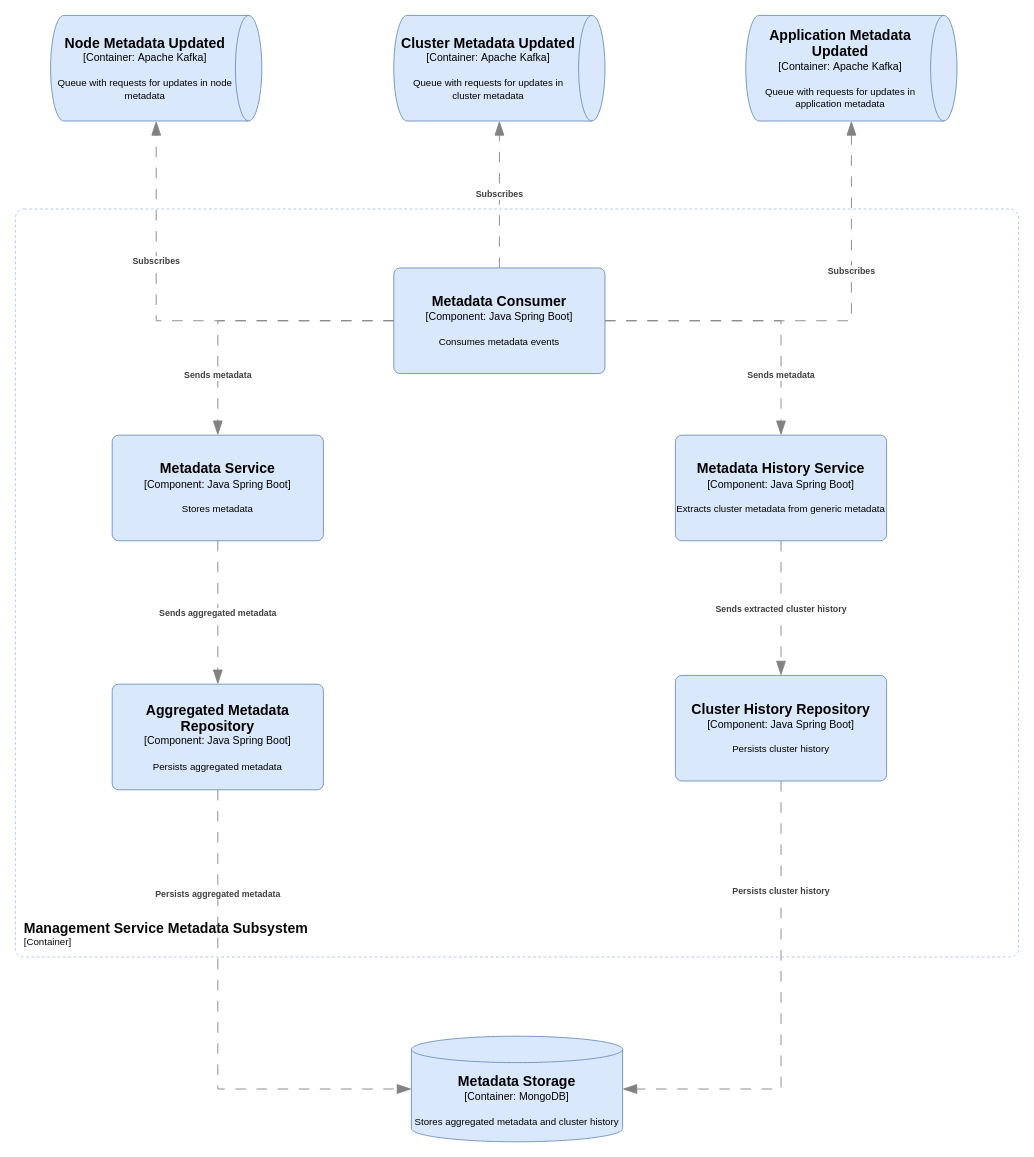
This is docs/diagrams/management-service/components/metadata/management-service-metadata.drawio from Magpie-Monitor/magpie-monitor, a draw.io file, before an edit. Source tidied: cells renumbered, new cells numbered last; positions are measured from the earlier drawing's top-left corner, leaving out a move shared by most shapes. Both pictures are drawn from the tidied source at 88%, with x=0, y=0 at pixel (15, 15).
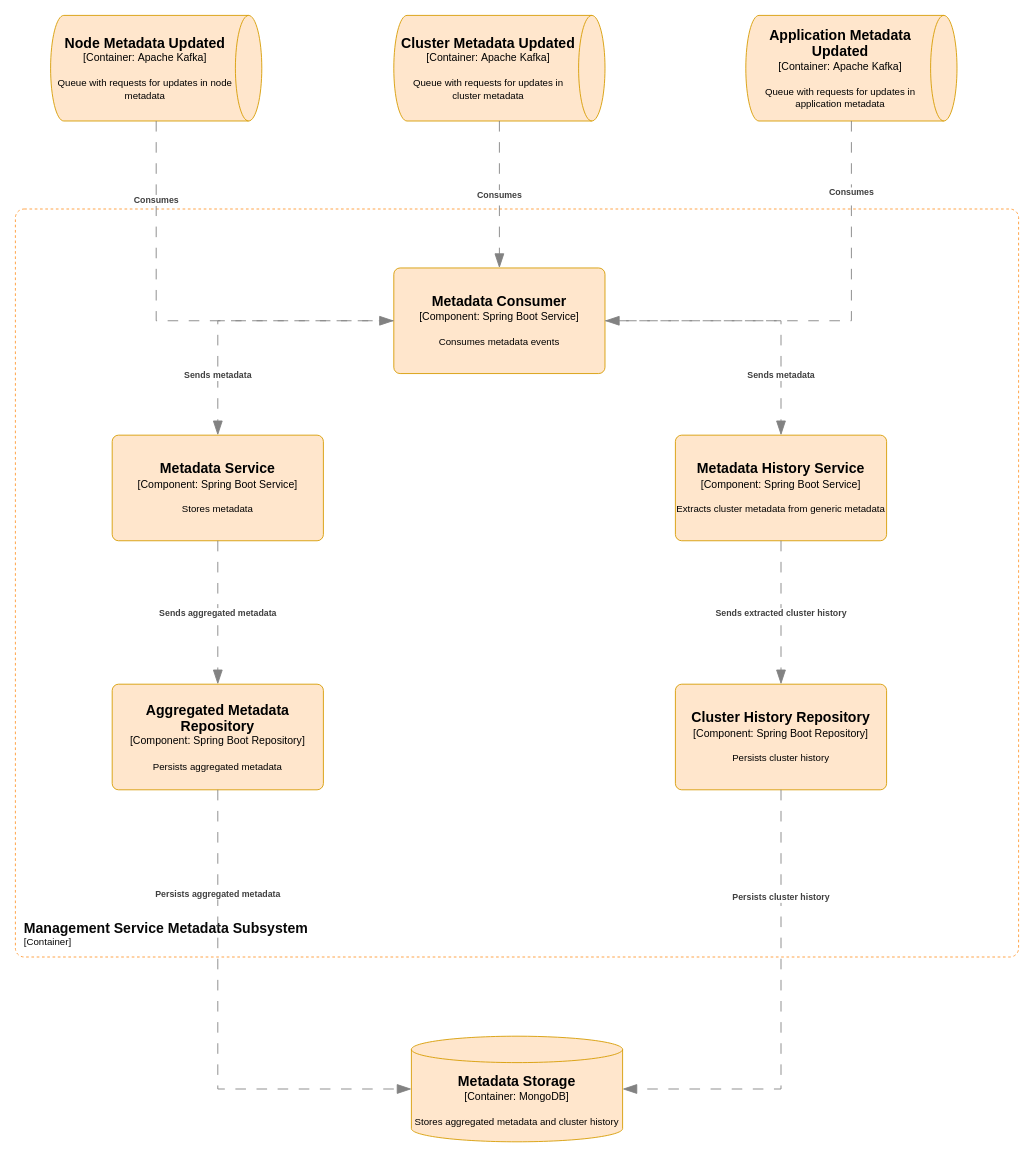
The same diagram, later.

Change to the diagram source:
```diff
@@
-    <object id="2" label="&lt;font style=&quot;font-size: 16px&quot;&gt;&lt;b&gt;%c4Name%&lt;/b&gt;&lt;/font&gt;&lt;div&gt;[%c4Type%: %c4Technology%]&lt;/div&gt;&lt;br&gt;&lt;div&gt;&lt;font style=&quot;font-size: 11px&quot;&gt;%c4Description%&lt;/font&gt;&lt;/div&gt;" c4Description="Consumes metadata events" c4Name="Metadata Consumer" c4Technology="Java Spring Boot" c4Type="Component" placeholders="1">
-      <mxCell style="rounded=1;whiteSpace=wrap;html=1;labelBackgroundColor=none;fillColor=#dae8fc;align=center;arcSize=6;strokeColor=#6c8ebf;points=[[0.25,0,0],[0.5,0,0],[0.75,0,0],[1,0.25,0],[1,0.5,0],[1,0.75,0],[0.75,1,0],[0.5,1,0],[0.25,1,0],[0,0.75,0],[0,0.5,0],[0,0.25,0]];" parent="1" vertex="1">
+    <object id="2" label="&lt;font style=&quot;font-size: 16px&quot;&gt;&lt;b&gt;%c4Name%&lt;/b&gt;&lt;/font&gt;&lt;div&gt;[%c4Type%: %c4Technology%]&lt;/div&gt;&lt;br&gt;&lt;div&gt;&lt;font style=&quot;font-size: 11px&quot;&gt;%c4Description%&lt;/font&gt;&lt;/div&gt;" c4Description="Consumes metadata events" c4Name="Metadata Consumer" c4Technology="Spring Boot Service" c4Type="Component" placeholders="1">
+      <mxCell style="rounded=1;whiteSpace=wrap;html=1;labelBackgroundColor=none;fillColor=#ffe6cc;align=center;arcSize=6;strokeColor=#d79b00;points=[[0.25,0,0],[0.5,0,0],[0.75,0,0],[1,0.25,0],[1,0.5,0],[1,0.75,0],[0.75,1,0],[0.5,1,0],[0.25,1,0],[0,0.75,0],[0,0.5,0],[0,0.25,0]];" parent="1" vertex="1">
         <mxGeometry x="430" y="287" width="240" height="120" as="geometry" />
       </mxCell>
     </object>
     <object id="3" label="&lt;font style=&quot;font-size: 16px&quot;&gt;&lt;b&gt;%c4Name%&lt;/b&gt;&lt;/font&gt;&lt;div&gt;[%c4Type%:&amp;nbsp;%c4Technology%]&lt;/div&gt;&lt;br&gt;&lt;div&gt;&lt;font style=&quot;font-size: 11px&quot;&gt;&lt;font&gt;%c4Description%&lt;/font&gt;&lt;/font&gt;&lt;/div&gt;" c4Description="Queue with requests for updates in application metadata" c4Name="Application Metadata Updated" c4Technology="Apache Kafka" c4Type="Container" placeholders="1">
-      <mxCell style="shape=cylinder3;size=15;direction=south;whiteSpace=wrap;html=1;boundedLbl=1;rounded=0;labelBackgroundColor=none;fillColor=#dae8fc;fontSize=12;align=center;strokeColor=#6c8ebf;points=[[0.5,0,0],[1,0.25,0],[1,0.5,0],[1,0.75,0],[0.5,1,0],[0,0.75,0],[0,0.5,0],[0,0.25,0]];" parent="1" vertex="1">
+      <mxCell style="shape=cylinder3;size=15;direction=south;whiteSpace=wrap;html=1;boundedLbl=1;rounded=0;labelBackgroundColor=none;fillColor=#ffe6cc;fontSize=12;align=center;strokeColor=#d79b00;points=[[0.5,0,0],[1,0.25,0],[1,0.5,0],[1,0.75,0],[0.5,1,0],[0,0.75,0],[0,0.5,0],[0,0.25,0]];" parent="1" vertex="1">
         <mxGeometry x="830" width="240" height="120" as="geometry" />
       </mxCell>
     </object>
     <object id="4" label="&lt;font style=&quot;font-size: 16px&quot;&gt;&lt;b&gt;%c4Name%&lt;/b&gt;&lt;/font&gt;&lt;div&gt;[%c4Type%:&amp;nbsp;%c4Technology%]&lt;/div&gt;&lt;br&gt;&lt;div&gt;&lt;font style=&quot;font-size: 11px&quot;&gt;&lt;font&gt;%c4Description%&lt;/font&gt;&lt;/font&gt;&lt;/div&gt;" c4Description="Queue with requests for updates in cluster metadata" c4Name="Cluster Metadata Updated" c4Technology="Apache Kafka" c4Type="Container" placeholders="1">
-      <mxCell style="shape=cylinder3;size=15;direction=south;whiteSpace=wrap;html=1;boundedLbl=1;rounded=0;labelBackgroundColor=none;fillColor=#dae8fc;fontSize=12;align=center;strokeColor=#6c8ebf;points=[[0.5,0,0],[1,0.25,0],[1,0.5,0],[1,0.75,0],[0.5,1,0],[0,0.75,0],[0,0.5,0],[0,0.25,0]];" parent="1" vertex="1">
+      <mxCell style="shape=cylinder3;size=15;direction=south;whiteSpace=wrap;html=1;boundedLbl=1;rounded=0;labelBackgroundColor=none;fillColor=#ffe6cc;fontSize=12;align=center;strokeColor=#d79b00;points=[[0.5,0,0],[1,0.25,0],[1,0.5,0],[1,0.75,0],[0.5,1,0],[0,0.75,0],[0,0.5,0],[0,0.25,0]];" parent="1" vertex="1">
         <mxGeometry x="430" width="240" height="120" as="geometry" />
       </mxCell>
     </object>
     <object id="5" label="&lt;font style=&quot;font-size: 16px&quot;&gt;&lt;b&gt;&lt;div style=&quot;text-align: left&quot;&gt;%c4Name%&lt;/div&gt;&lt;/b&gt;&lt;/font&gt;&lt;div style=&quot;text-align: left&quot;&gt;[%c4Application%]&lt;/div&gt;" c4Application="Container" c4Name="Management Service Metadata Subsystem" placeholders="1">
-      <mxCell style="rounded=1;fontSize=11;whiteSpace=wrap;html=1;dashed=1;arcSize=20;fillColor=none;strokeColor=#A9C4EB;labelBackgroundColor=none;align=left;verticalAlign=bottom;labelBorderColor=none;spacingTop=0;spacing=10;perimeter=rectanglePerimeter;labelPadding=0;absoluteArcSize=1;fontColor=#080808;" parent="1" vertex="1">
+      <mxCell style="rounded=1;fontSize=11;whiteSpace=wrap;html=1;dashed=1;arcSize=20;fillColor=none;strokeColor=#FF9933;labelBackgroundColor=none;align=left;verticalAlign=bottom;labelBorderColor=none;spacingTop=0;spacing=10;perimeter=rectanglePerimeter;labelPadding=0;absoluteArcSize=1;fontColor=#080808;" parent="1" vertex="1">
         <mxGeometry y="220" width="1140" height="850" as="geometry" />
       </mxCell>
     </object>
     <object id="6" label="&lt;font style=&quot;font-size: 16px&quot;&gt;&lt;b&gt;%c4Name%&lt;/b&gt;&lt;/font&gt;&lt;div&gt;[%c4Type%:&amp;nbsp;%c4Technology%]&lt;/div&gt;&lt;br&gt;&lt;div&gt;&lt;font style=&quot;font-size: 11px&quot;&gt;&lt;font&gt;%c4Description%&lt;/font&gt;&lt;/font&gt;&lt;/div&gt;" c4Description="Queue with requests for updates in node metadata" c4Name="Node Metadata Updated" c4Technology="Apache Kafka" c4Type="Container" placeholders="1">
-      <mxCell style="shape=cylinder3;size=15;direction=south;whiteSpace=wrap;html=1;boundedLbl=1;rounded=0;labelBackgroundColor=none;fontSize=12;align=center;points=[[0.5,0,0],[1,0.25,0],[1,0.5,0],[1,0.75,0],[0.5,1,0],[0,0.75,0],[0,0.5,0],[0,0.25,0]];fillColor=#dae8fc;strokeColor=#6c8ebf;" parent="1" vertex="1">
+      <mxCell style="shape=cylinder3;size=15;direction=south;whiteSpace=wrap;html=1;boundedLbl=1;rounded=0;labelBackgroundColor=none;fontSize=12;align=center;points=[[0.5,0,0],[1,0.25,0],[1,0.5,0],[1,0.75,0],[0.5,1,0],[0,0.75,0],[0,0.5,0],[0,0.25,0]];fillColor=#ffe6cc;strokeColor=#d79b00;" parent="1" vertex="1">
         <mxGeometry x="40" width="240" height="120" as="geometry" />
       </mxCell>
     </object>
-    <object id="7" label="&lt;div style=&quot;text-align: left&quot;&gt;&lt;div style=&quot;text-align: center&quot;&gt;&lt;b&gt;%c4Description%&lt;/b&gt;&lt;/div&gt;" c4Description="Subscribes" placeholders="1">
-      <mxCell style="endArrow=blockThin;html=1;fontSize=10;fontColor=#404040;strokeWidth=1;endFill=1;strokeColor=#828282;elbow=vertical;endSize=14;startSize=14;jumpStyle=arc;jumpSize=16;rounded=0;edgeStyle=orthogonalEdgeStyle;entryX=1;entryY=0.5;entryDx=0;entryDy=0;entryPerimeter=0;exitX=1;exitY=0.5;exitDx=0;exitDy=0;exitPerimeter=0;dashed=1;dashPattern=12 12;" parent="1" edge="1" source="2" target="3">
-        <mxGeometry x="0.33" relative="1" as="geometry" />
+    <object id="7" label="&lt;div style=&quot;text-align: left&quot;&gt;&lt;div style=&quot;text-align: center&quot;&gt;&lt;b&gt;%c4Description%&lt;/b&gt;&lt;/div&gt;" c4Description="Consumes" placeholders="1">
+      <mxCell style="endArrow=blockThin;html=1;fontSize=10;fontColor=#404040;strokeWidth=1;endFill=1;strokeColor=#828282;elbow=vertical;endSize=14;startSize=14;jumpStyle=arc;jumpSize=16;rounded=0;edgeStyle=orthogonalEdgeStyle;exitX=1;exitY=0.5;exitDx=0;exitDy=0;exitPerimeter=0;dashed=1;dashPattern=12 12;entryX=1;entryY=0.5;entryDx=0;entryDy=0;entryPerimeter=0;" parent="1" edge="1" source="3" target="2">
+        <mxGeometry x="-0.68" relative="1" as="geometry" />
       </mxCell>
     </object>
-    <object id="8" label="&lt;div style=&quot;text-align: left&quot;&gt;&lt;div style=&quot;text-align: center&quot;&gt;&lt;b&gt;%c4Description%&lt;/b&gt;&lt;/div&gt;" c4Description="Subscribes" placeholders="1">
-      <mxCell style="endArrow=blockThin;html=1;fontSize=10;fontColor=#404040;strokeWidth=1;endFill=1;strokeColor=#828282;elbow=vertical;endSize=14;startSize=14;jumpStyle=arc;jumpSize=16;rounded=0;edgeStyle=orthogonalEdgeStyle;entryX=1;entryY=0.5;entryDx=0;entryDy=0;entryPerimeter=0;exitX=0.5;exitY=0;exitDx=0;exitDy=0;exitPerimeter=0;dashed=1;dashPattern=12 12;" parent="1" edge="1" source="2" target="4">
+    <object id="8" label="&lt;div style=&quot;text-align: left&quot;&gt;&lt;div style=&quot;text-align: center&quot;&gt;&lt;b&gt;%c4Description%&lt;/b&gt;&lt;/div&gt;" c4Description="Consumes" placeholders="1">
+      <mxCell style="endArrow=blockThin;html=1;fontSize=10;fontColor=#404040;strokeWidth=1;endFill=1;strokeColor=#828282;elbow=vertical;endSize=14;startSize=14;jumpStyle=arc;jumpSize=16;rounded=0;edgeStyle=orthogonalEdgeStyle;exitX=1;exitY=0.5;exitDx=0;exitDy=0;exitPerimeter=0;dashed=1;dashPattern=12 12;entryX=0.5;entryY=0;entryDx=0;entryDy=0;entryPerimeter=0;" parent="1" edge="1" source="4" target="2">
         <mxGeometry relative="1" as="geometry" />
       </mxCell>
     </object>
-    <object id="9" label="&lt;div style=&quot;text-align: left&quot;&gt;&lt;div style=&quot;text-align: center&quot;&gt;&lt;b&gt;%c4Description%&lt;/b&gt;&lt;/div&gt;" c4Description="Subscribes" placeholders="1">
-      <mxCell style="endArrow=blockThin;html=1;fontSize=10;fontColor=#404040;strokeWidth=1;endFill=1;strokeColor=#828282;elbow=vertical;endSize=14;startSize=14;jumpStyle=arc;jumpSize=16;rounded=0;edgeStyle=orthogonalEdgeStyle;entryX=1;entryY=0.5;entryDx=0;entryDy=0;entryPerimeter=0;exitX=0;exitY=0.5;exitDx=0;exitDy=0;exitPerimeter=0;dashed=1;dashPattern=12 12;" parent="1" edge="1" source="2" target="6">
-        <mxGeometry x="0.36" relative="1" as="geometry" />
+    <object id="9" label="&lt;div style=&quot;text-align: left&quot;&gt;&lt;div style=&quot;text-align: center&quot;&gt;&lt;b&gt;%c4Description%&lt;/b&gt;&lt;/div&gt;" c4Description="Consumes" placeholders="1">
+      <mxCell style="endArrow=blockThin;html=1;fontSize=10;fontColor=#404040;strokeWidth=1;endFill=1;strokeColor=#828282;elbow=vertical;endSize=14;startSize=14;jumpStyle=arc;jumpSize=16;rounded=0;edgeStyle=orthogonalEdgeStyle;entryX=0;entryY=0.5;entryDx=0;entryDy=0;entryPerimeter=0;dashed=1;dashPattern=12 12;exitX=1;exitY=0.5;exitDx=0;exitDy=0;exitPerimeter=0;" parent="1" edge="1" source="6" target="2">
+        <mxGeometry x="-0.64" relative="1" as="geometry">
+          <mxPoint y="1" as="offset" />
+        </mxGeometry>
       </mxCell>
     </object>
     <object id="10" label="&lt;font style=&quot;font-size: 16px&quot;&gt;&lt;b&gt;%c4Name%&lt;/b&gt;&lt;/font&gt;&lt;div&gt;[%c4Type%:&amp;nbsp;%c4Technology%]&lt;/div&gt;&lt;br&gt;&lt;div&gt;&lt;font style=&quot;font-size: 11px&quot;&gt;&lt;font&gt;%c4Description%&lt;/font&gt;&lt;/font&gt;&lt;/div&gt;" c4Description="Stores aggregated metadata and cluster history" c4Name="Metadata Storage" c4Technology="MongoDB" c4Type="Container" placeholders="1">
-      <mxCell style="shape=cylinder3;size=15;whiteSpace=wrap;html=1;boundedLbl=1;rounded=0;labelBackgroundColor=none;fillColor=#dae8fc;fontSize=12;align=center;strokeColor=#6c8ebf;points=[[0.5,0,0],[1,0.25,0],[1,0.5,0],[1,0.75,0],[0.5,1,0],[0,0.75,0],[0,0.5,0],[0,0.25,0]];" parent="1" vertex="1">
+      <mxCell style="shape=cylinder3;size=15;whiteSpace=wrap;html=1;boundedLbl=1;rounded=0;labelBackgroundColor=none;fillColor=#ffe6cc;fontSize=12;align=center;strokeColor=#d79b00;points=[[0.5,0,0],[1,0.25,0],[1,0.5,0],[1,0.75,0],[0.5,1,0],[0,0.75,0],[0,0.5,0],[0,0.25,0]];" parent="1" vertex="1">
         <mxGeometry x="450" y="1160" width="240" height="120" as="geometry" />
       </mxCell>
     </object>
-    <object id="11" label="&lt;font style=&quot;font-size: 16px&quot;&gt;&lt;b&gt;%c4Name%&lt;/b&gt;&lt;/font&gt;&lt;div&gt;[%c4Type%: %c4Technology%]&lt;/div&gt;&lt;br&gt;&lt;div&gt;&lt;font style=&quot;font-size: 11px&quot;&gt;%c4Description%&lt;/font&gt;&lt;/div&gt;" c4Description="Stores metadata" c4Name="Metadata Service" c4Technology="Java Spring Boot" c4Type="Component" placeholders="1">
-      <mxCell style="rounded=1;whiteSpace=wrap;html=1;labelBackgroundColor=none;fillColor=#dae8fc;align=center;arcSize=6;strokeColor=#6c8ebf;points=[[0.25,0,0],[0.5,0,0],[0.75,0,0],[1,0.25,0],[1,0.5,0],[1,0.75,0],[0.75,1,0],[0.5,1,0],[0.25,1,0],[0,0.75,0],[0,0.5,0],[0,0.25,0]];" parent="1" vertex="1">
+    <object id="11" label="&lt;font style=&quot;font-size: 16px&quot;&gt;&lt;b&gt;%c4Name%&lt;/b&gt;&lt;/font&gt;&lt;div&gt;[%c4Type%: %c4Technology%]&lt;/div&gt;&lt;br&gt;&lt;div&gt;&lt;font style=&quot;font-size: 11px&quot;&gt;%c4Description%&lt;/font&gt;&lt;/div&gt;" c4Description="Stores metadata" c4Name="Metadata Service" c4Technology="Spring Boot Service" c4Type="Component" placeholders="1">
+      <mxCell style="rounded=1;whiteSpace=wrap;html=1;labelBackgroundColor=none;fillColor=#ffe6cc;align=center;arcSize=6;strokeColor=#d79b00;points=[[0.25,0,0],[0.5,0,0],[0.75,0,0],[1,0.25,0],[1,0.5,0],[1,0.75,0],[0.75,1,0],[0.5,1,0],[0.25,1,0],[0,0.75,0],[0,0.5,0],[0,0.25,0]];" parent="1" vertex="1">
         <mxGeometry x="110" y="477" width="240" height="120" as="geometry" />
       </mxCell>
     </object>
-    <object id="12" label="&lt;font style=&quot;font-size: 16px&quot;&gt;&lt;b&gt;%c4Name%&lt;/b&gt;&lt;/font&gt;&lt;div&gt;[%c4Type%: %c4Technology%]&lt;/div&gt;&lt;br&gt;&lt;div&gt;&lt;font style=&quot;font-size: 11px&quot;&gt;%c4Description%&lt;/font&gt;&lt;/div&gt;" c4Description="Extracts cluster metadata from generic metadata" c4Name="Metadata History Service" c4Technology="Java Spring Boot" c4Type="Component" placeholders="1">
-      <mxCell style="rounded=1;whiteSpace=wrap;html=1;labelBackgroundColor=none;fillColor=#dae8fc;align=center;arcSize=6;strokeColor=#6c8ebf;points=[[0.25,0,0],[0.5,0,0],[0.75,0,0],[1,0.25,0],[1,0.5,0],[1,0.75,0],[0.75,1,0],[0.5,1,0],[0.25,1,0],[0,0.75,0],[0,0.5,0],[0,0.25,0]];" parent="1" vertex="1">
+    <object id="12" label="&lt;font style=&quot;font-size: 16px&quot;&gt;&lt;b&gt;%c4Name%&lt;/b&gt;&lt;/font&gt;&lt;div&gt;[%c4Type%: %c4Technology%]&lt;/div&gt;&lt;br&gt;&lt;div&gt;&lt;font style=&quot;font-size: 11px&quot;&gt;%c4Description%&lt;/font&gt;&lt;/div&gt;" c4Description="Extracts cluster metadata from generic metadata" c4Name="Metadata History Service" c4Technology="Spring Boot Service" c4Type="Component" placeholders="1">
+      <mxCell style="rounded=1;whiteSpace=wrap;html=1;labelBackgroundColor=none;fillColor=#ffe6cc;align=center;arcSize=6;strokeColor=#d79b00;points=[[0.25,0,0],[0.5,0,0],[0.75,0,0],[1,0.25,0],[1,0.5,0],[1,0.75,0],[0.75,1,0],[0.5,1,0],[0.25,1,0],[0,0.75,0],[0,0.5,0],[0,0.25,0]];" parent="1" vertex="1">
         <mxGeometry x="750" y="477" width="240" height="120" as="geometry" />
       </mxCell>
     </object>
-    <object id="13" label="&lt;font style=&quot;font-size: 16px&quot;&gt;&lt;b&gt;%c4Name%&lt;/b&gt;&lt;/font&gt;&lt;div&gt;[%c4Type%: %c4Technology%]&lt;/div&gt;&lt;br&gt;&lt;div&gt;&lt;font style=&quot;font-size: 11px&quot;&gt;%c4Description%&lt;/font&gt;&lt;/div&gt;" c4Description="Persists cluster history" c4Name="Cluster History Repository" c4Technology="Java Spring Boot" c4Type="Component" placeholders="1">
-      <mxCell style="rounded=1;whiteSpace=wrap;html=1;labelBackgroundColor=none;fillColor=#dae8fc;align=center;arcSize=6;strokeColor=#6c8ebf;points=[[0.25,0,0],[0.5,0,0],[0.75,0,0],[1,0.25,0],[1,0.5,0],[1,0.75,0],[0.75,1,0],[0.5,1,0],[0.25,1,0],[0,0.75,0],[0,0.5,0],[0,0.25,0]];" parent="1" vertex="1">
-        <mxGeometry x="750" y="750" width="240" height="120" as="geometry" />
+    <object id="13" label="&lt;font style=&quot;font-size: 16px&quot;&gt;&lt;b&gt;%c4Name%&lt;/b&gt;&lt;/font&gt;&lt;div&gt;[%c4Type%: %c4Technology%]&lt;/div&gt;&lt;br&gt;&lt;div&gt;&lt;font style=&quot;font-size: 11px&quot;&gt;%c4Description%&lt;/font&gt;&lt;/div&gt;" c4Description="Persists cluster history" c4Name="Cluster History Repository" c4Technology="Spring Boot Repository" c4Type="Component" placeholders="1">
+      <mxCell style="rounded=1;whiteSpace=wrap;html=1;labelBackgroundColor=none;fillColor=#ffe6cc;align=center;arcSize=6;strokeColor=#d79b00;points=[[0.25,0,0],[0.5,0,0],[0.75,0,0],[1,0.25,0],[1,0.5,0],[1,0.75,0],[0.75,1,0],[0.5,1,0],[0.25,1,0],[0,0.75,0],[0,0.5,0],[0,0.25,0]];" parent="1" vertex="1">
+        <mxGeometry x="750" y="760" width="240" height="120" as="geometry" />
       </mxCell>
     </object>
-    <object id="14" label="&lt;font style=&quot;font-size: 16px&quot;&gt;&lt;b&gt;%c4Name%&lt;/b&gt;&lt;/font&gt;&lt;div&gt;[%c4Type%: %c4Technology%]&lt;/div&gt;&lt;br&gt;&lt;div&gt;&lt;font style=&quot;font-size: 11px&quot;&gt;%c4Description%&lt;/font&gt;&lt;/div&gt;" c4Description="Persists aggregated metadata" c4Name="Aggregated Metadata Repository" c4Technology="Java Spring Boot" c4Type="Component" placeholders="1">
-      <mxCell style="rounded=1;whiteSpace=wrap;html=1;labelBackgroundColor=none;fillColor=#dae8fc;align=center;arcSize=6;strokeColor=#6c8ebf;points=[[0.25,0,0],[0.5,0,0],[0.75,0,0],[1,0.25,0],[1,0.5,0],[1,0.75,0],[0.75,1,0],[0.5,1,0],[0.25,1,0],[0,0.75,0],[0,0.5,0],[0,0.25,0]];" parent="1" vertex="1">
+    <object id="14" label="&lt;font style=&quot;font-size: 16px&quot;&gt;&lt;b&gt;%c4Name%&lt;/b&gt;&lt;/font&gt;&lt;div&gt;[%c4Type%: %c4Technology%]&lt;/div&gt;&lt;br&gt;&lt;div&gt;&lt;font style=&quot;font-size: 11px&quot;&gt;%c4Description%&lt;/font&gt;&lt;/div&gt;" c4Description="Persists aggregated metadata" c4Name="Aggregated Metadata Repository" c4Technology="Spring Boot Repository" c4Type="Component" placeholders="1">
+      <mxCell style="rounded=1;whiteSpace=wrap;html=1;labelBackgroundColor=none;fillColor=#ffe6cc;align=center;arcSize=6;strokeColor=#d79b00;points=[[0.25,0,0],[0.5,0,0],[0.75,0,0],[1,0.25,0],[1,0.5,0],[1,0.75,0],[0.75,1,0],[0.5,1,0],[0.25,1,0],[0,0.75,0],[0,0.5,0],[0,0.25,0]];" parent="1" vertex="1">
         <mxGeometry x="110" y="760" width="240" height="120" as="geometry" />
       </mxCell>
     </object>
```
